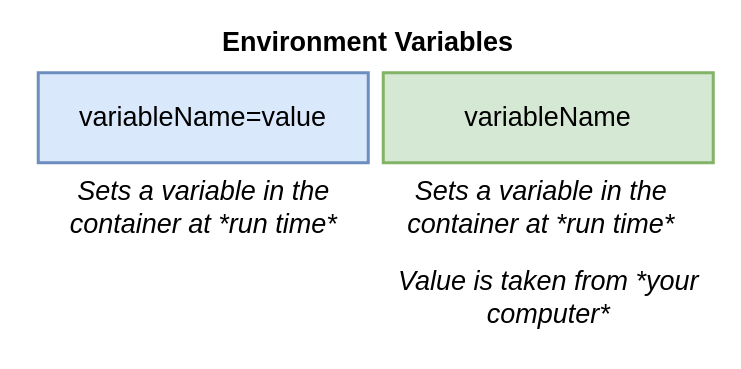
Above: page "15 - compose" (14 of 18) of 07.Multi Container Deployment/diagrams.drawio in theAlpha06/Docker (draw.io), before the change. Source tidied: cells renumbered, new cells numbered last; positions are measured from the earlier drawing's top-left corner, leaving out a move shared by most shapes. Both pictures are drawn from the tidied source at 150%, with x=0, y=0 at pixel (38, 27).
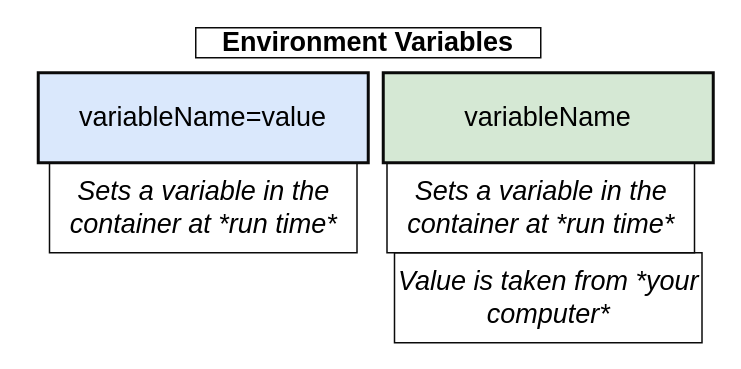
Above is the later version.

The edit, as a diff of the source:
```diff
@@
 <mxGraphModel background="#ffffff">
   <root>
     <mxCell id="0" />
     <mxCell id="1" parent="0" />
-    <mxCell id="2" value="variableName=value" style="rounded=0;whiteSpace=wrap;html=1;strokeWidth=2;fontSize=18;align=center;fillColor=#dae8fc;strokeColor=#6c8ebf;" parent="1" vertex="1">
+    <mxCell id="2" value="variableName=value" style="rounded=0;whiteSpace=wrap;html=1;strokeWidth=2;fontSize=18;align=center;fillColor=#dae8fc;strokeColor=#0a0a0a;fontColor=#000;" parent="1" vertex="1">
       <mxGeometry y="30" width="220" height="60" as="geometry" />
     </mxCell>
-    <mxCell id="3" value="Environment Variables" style="text;html=1;strokeColor=none;fillColor=none;align=center;verticalAlign=middle;whiteSpace=wrap;rounded=0;fontSize=18;fontStyle=1;" parent="1" vertex="1">
+    <mxCell id="3" value="Environment Variables" style="text;html=1;strokeColor=#0a0a0a;fillColor=none;align=center;verticalAlign=middle;whiteSpace=wrap;rounded=0;fontSize=18;fontStyle=1;fontColor=#000;" parent="1" vertex="1">
       <mxGeometry x="105" width="230" height="20" as="geometry" />
     </mxCell>
-    <mxCell id="4" value="variableName" style="rounded=0;whiteSpace=wrap;html=1;strokeWidth=2;fontSize=18;align=center;fillColor=#d5e8d4;strokeColor=#82b366;" parent="1" vertex="1">
+    <mxCell id="4" value="variableName" style="rounded=0;whiteSpace=wrap;html=1;strokeWidth=2;fontSize=18;align=center;fillColor=#d5e8d4;strokeColor=#0a0a0a;fontColor=#000;" parent="1" vertex="1">
       <mxGeometry x="230" y="30" width="220" height="60" as="geometry" />
     </mxCell>
-    <mxCell id="5" value="Sets a variable in the container at *run time*" style="text;html=1;strokeColor=none;fillColor=none;align=center;verticalAlign=middle;whiteSpace=wrap;rounded=0;fontSize=18;fontStyle=2;" parent="1" vertex="1">
+    <mxCell id="5" value="Sets a variable in the container at *run time*" style="text;html=1;strokeColor=#0a0a0a;fillColor=none;align=center;verticalAlign=middle;whiteSpace=wrap;rounded=0;fontSize=18;fontStyle=2;fontColor=#000;" parent="1" vertex="1">
       <mxGeometry x="7.5" y="90" width="205" height="60" as="geometry" />
     </mxCell>
-    <mxCell id="6" value="Sets a variable in the container at *run time*" style="text;html=1;strokeColor=none;fillColor=none;align=center;verticalAlign=middle;whiteSpace=wrap;rounded=0;fontSize=18;fontStyle=2;" parent="1" vertex="1">
+    <mxCell id="6" value="Sets a variable in the container at *run time*" style="text;html=1;strokeColor=#0a0a0a;fillColor=none;align=center;verticalAlign=middle;whiteSpace=wrap;rounded=0;fontSize=18;fontStyle=2;fontColor=#000;" parent="1" vertex="1">
       <mxGeometry x="232.5" y="90" width="205" height="60" as="geometry" />
     </mxCell>
-    <mxCell id="7" value="Value is taken from *your computer*" style="text;html=1;strokeColor=none;fillColor=none;align=center;verticalAlign=middle;whiteSpace=wrap;rounded=0;fontSize=18;fontStyle=2;" parent="1" vertex="1">
+    <mxCell id="7" value="Value is taken from *your computer*" style="text;html=1;strokeColor=#0a0a0a;fillColor=none;align=center;verticalAlign=middle;whiteSpace=wrap;rounded=0;fontSize=18;fontStyle=2;fontColor=#000;" parent="1" vertex="1">
       <mxGeometry x="237.5" y="150" width="205" height="60" as="geometry" />
     </mxCell>
-    <mxCell id="8" style="edgeStyle=orthogonalEdgeStyle;rounded=0;html=1;exitX=0;exitY=0.25;entryX=0;entryY=0.25;jettySize=auto;orthogonalLoop=1;strokeWidth=3;fontSize=18;" parent="1" edge="1" source="2" target="2">
+    <mxCell id="8" style="edgeStyle=orthogonalEdgeStyle;rounded=0;html=1;exitX=0;exitY=0.25;entryX=0;entryY=0.25;jettySize=auto;orthogonalLoop=1;strokeWidth=3;fontSize=18;strokeColor=#0a0a0a;fontColor=#000;" parent="1" edge="1" source="2" target="2">
       <mxGeometry relative="1" as="geometry" />
     </mxCell>
   </root>
 </mxGraphModel>
```
